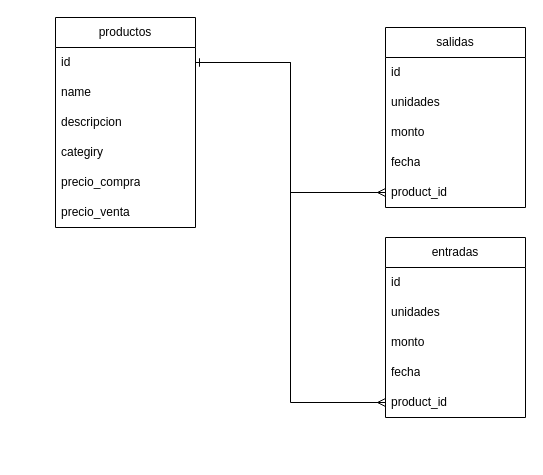
Before: sistema_inventarios.drawio in MasterJhonny/diagramas, a draw.io diagram. Source tidied: cells renumbered, new cells numbered last; positions are measured from the earlier drawing's top-left corner, leaving out a move shared by most shapes. Both pictures are drawn from the tidied source at 100%, with x=0, y=0 at pixel (55, 17).
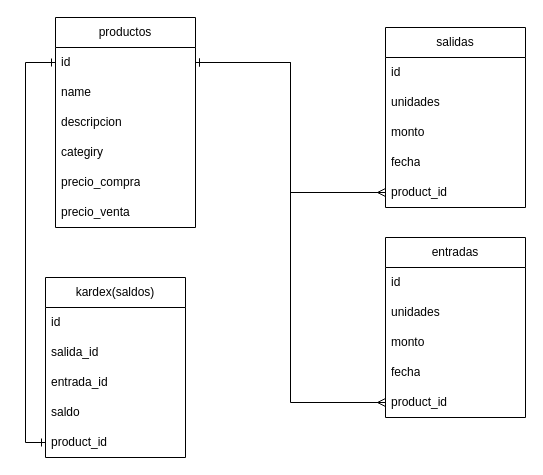
The same diagram, later.

Unchanged cells that the change refers to:
```xml
<mxCell id="3" value="id" style="text;strokeColor=none;fillColor=none;align=left;verticalAlign=middle;spacingLeft=4;spacingRight=4;overflow=hidden;points=[[0,0.5],[1,0.5]];portConstraint=eastwest;whiteSpace=wrap;html=1;" parent="2" vertex="1">
  <mxGeometry y="30" width="140" height="30" as="geometry" />
</mxCell>
```

What changed in the source:
```diff
@@
+    <mxCell id="23" value="kardex(saldos)" style="swimlane;fontStyle=0;horizontal=1;startSize=30;whiteSpace=wrap;html=1;" parent="1" vertex="1">
+      <mxGeometry x="-10" y="260" width="140" height="180" as="geometry" />
+    </mxCell>
+    <mxCell id="24" value="id" style="text;strokeColor=none;fillColor=none;align=left;verticalAlign=middle;spacingLeft=4;spacingRight=4;overflow=hidden;whiteSpace=wrap;html=1;" parent="23" vertex="1">
+      <mxGeometry y="30" width="140" height="30" as="geometry" />
+    </mxCell>
+    <mxCell id="25" value="salida_id" style="text;strokeColor=none;fillColor=none;align=left;verticalAlign=middle;spacingLeft=4;spacingRight=4;overflow=hidden;whiteSpace=wrap;html=1;" parent="23" vertex="1">
+      <mxGeometry y="60" width="140" height="30" as="geometry" />
+    </mxCell>
+    <mxCell id="26" value="entrada_id" style="text;strokeColor=none;fillColor=none;align=left;verticalAlign=middle;spacingLeft=4;spacingRight=4;overflow=hidden;whiteSpace=wrap;html=1;" parent="23" vertex="1">
+      <mxGeometry y="90" width="140" height="30" as="geometry" />
+    </mxCell>
+    <mxCell id="27" value="saldo" style="text;strokeColor=none;fillColor=none;align=left;verticalAlign=middle;spacingLeft=4;spacingRight=4;overflow=hidden;whiteSpace=wrap;html=1;" parent="23" vertex="1">
+      <mxGeometry y="120" width="140" height="30" as="geometry" />
+    </mxCell>
+    <mxCell id="28" value="product_id" style="text;strokeColor=none;fillColor=none;align=left;verticalAlign=middle;spacingLeft=4;spacingRight=4;overflow=hidden;points=[[0,0.5],[1,0.5]];portConstraint=eastwest;whiteSpace=wrap;html=1;" parent="23" vertex="1">
+      <mxGeometry y="150" width="140" height="30" as="geometry" />
+    </mxCell>
+    <mxCell id="29" style="edgeStyle=orthogonalEdgeStyle;rounded=0;jettySize=auto;html=1;entryX=0;entryY=0.5;entryDx=0;entryDy=0;startArrow=ERone;startFill=0;endArrow=ERone;endFill=0;" parent="1" edge="1" source="3" target="28">
+      <mxGeometry relative="1" as="geometry" />
+    </mxCell>
```
